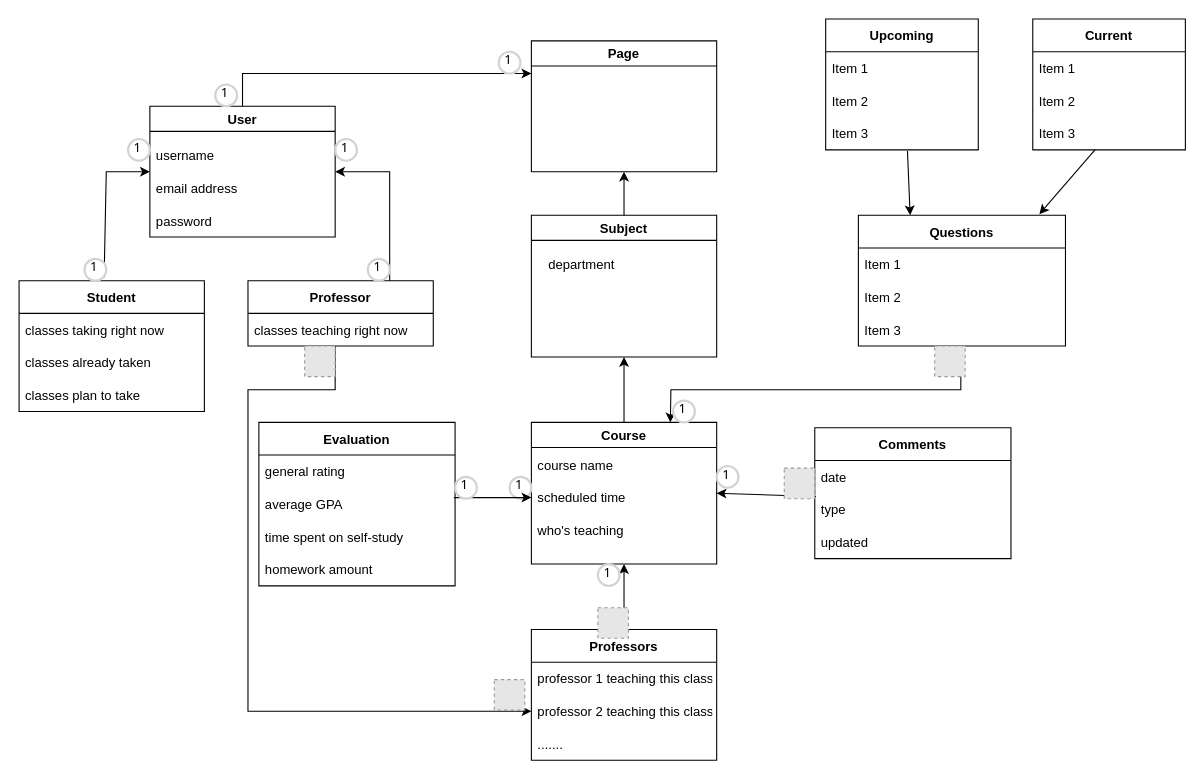
The draw.io diagram Domain Model.drawio in I-Dont-Want-An-F/Project, before the edit. Source tidied: cells renumbered, new cells numbered last; positions are measured from the earlier drawing's top-left corner, leaving out a move shared by most shapes. Both pictures are drawn from the tidied source at 109%, with x=0, y=0 at pixel (19, 19). Pictures stored in the file or linked from it are replaced by grey dashed boxes.
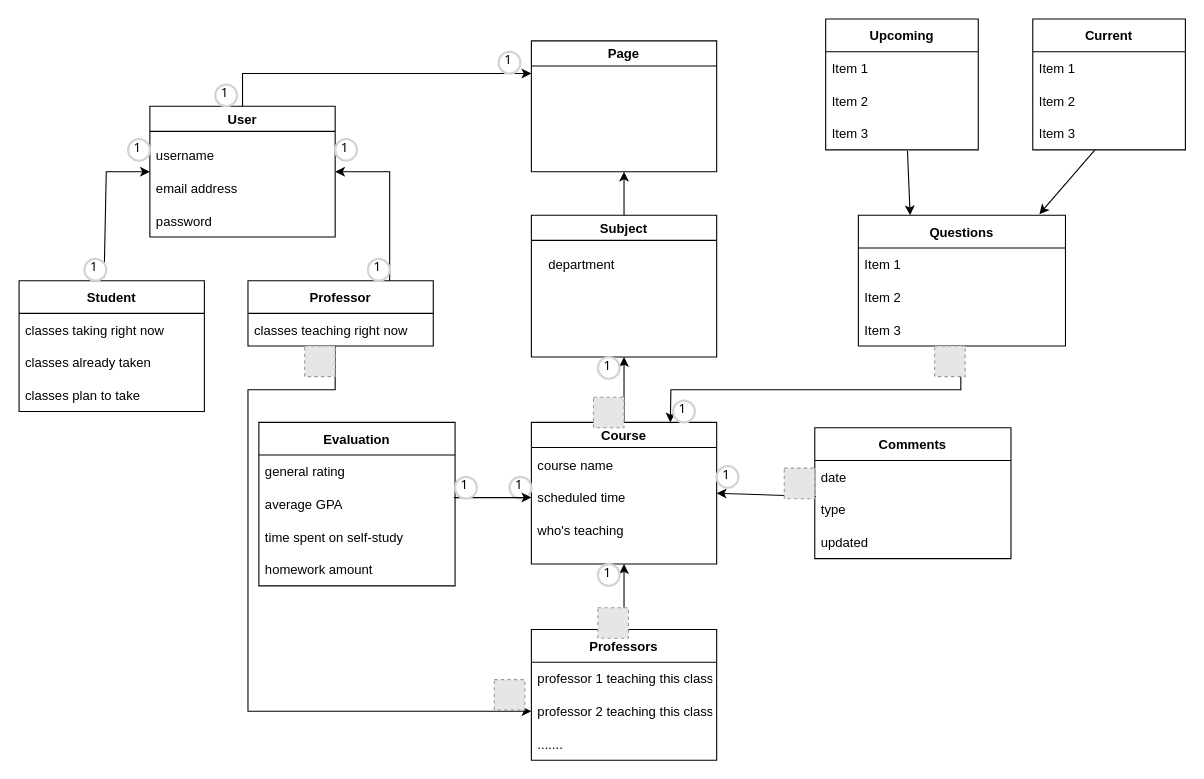
The same page after the edit.

Diff of the diagram source:
```diff
@@
+    <mxCell id="72" value="1" style="ellipse;whiteSpace=wrap;html=1;strokeWidth=2;fontFamily=Tahoma;spacingBottom=4;spacingRight=2;strokeColor=#d3d3d3;" parent="1" vertex="1">
+      <mxGeometry x="531" y="310" width="20" height="20" as="geometry" />
+    </mxCell>
+    <mxCell id="73" style="fillColor=#E6E6E6;strokeColor=#999999;dashed=1;html=1;verticalAlign=top;verticalLabelPosition=bottom;labelBackgroundColor=#ffffff;" parent="1" vertex="1">
+      <mxGeometry x="527" y="347" width="28" height="28" as="geometry" />
+    </mxCell>
```
